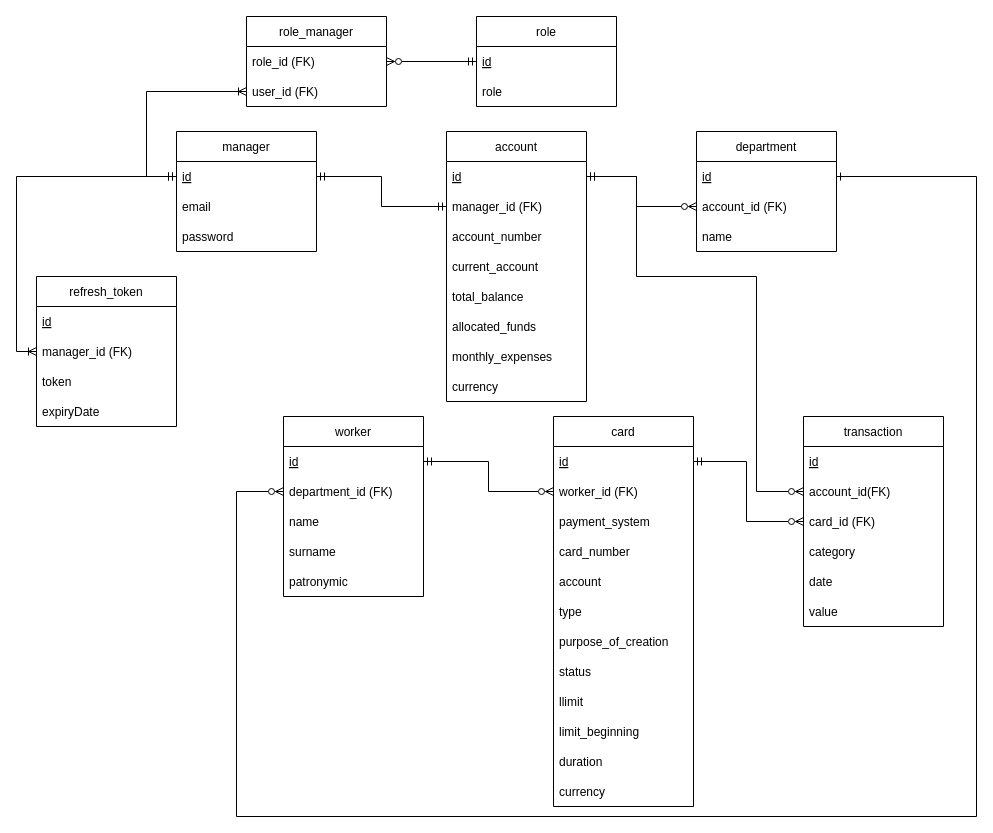
Before: xxxMyRemarks/db.drawio in Vova-oss/VTBhack, a draw.io diagram. Source tidied: cells renumbered, new cells numbered last; positions are measured from the earlier drawing's top-left corner, leaving out a move shared by most shapes. Both pictures are drawn from the tidied source at 100%, with x=0, y=0 at pixel (36, 16).
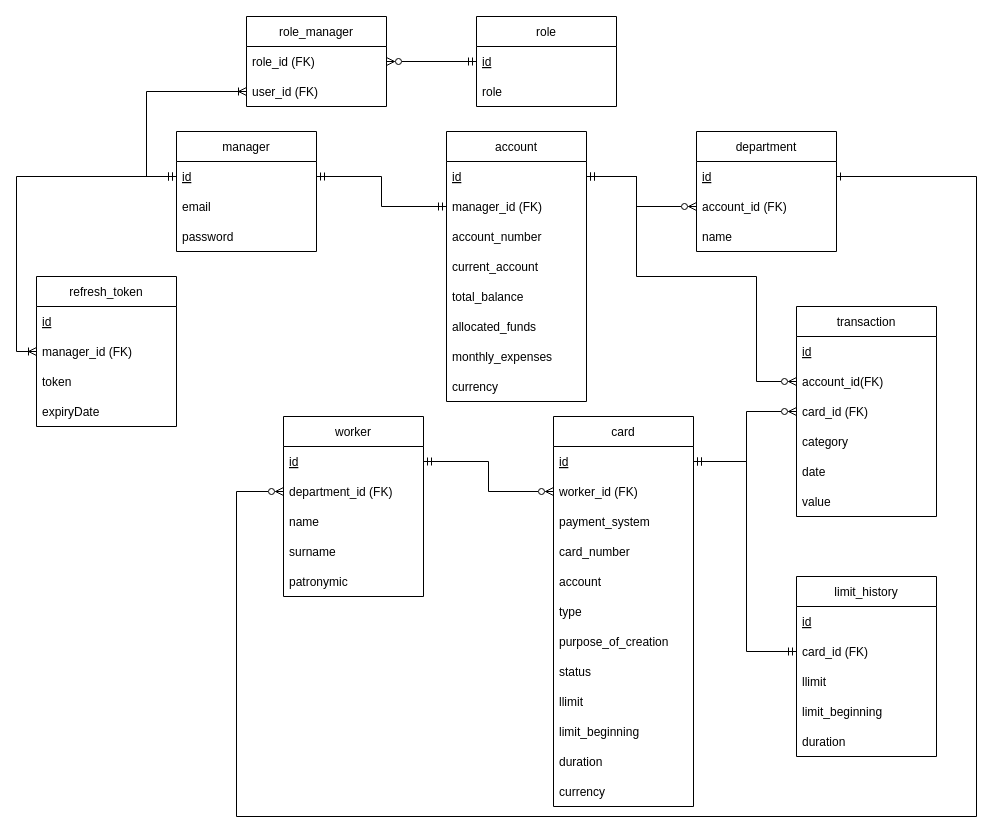
The same diagram, later.

Unchanged cells that the change refers to:
```xml
<mxCell id="10" value="id" style="text;strokeColor=none;fillColor=none;align=left;verticalAlign=middle;spacingLeft=4;spacingRight=4;overflow=hidden;points=[[0,0.5],[1,0.5]];portConstraint=eastwest;fontStyle=4;" parent="9" vertex="1">
  <mxGeometry y="30" width="140" height="30" as="geometry" />
</mxCell>
<mxCell id="34" value="account_id(FK)" style="text;strokeColor=none;fillColor=none;align=left;verticalAlign=middle;spacingLeft=4;spacingRight=4;overflow=hidden;points=[[0,0.5],[1,0.5]];portConstraint=eastwest;" parent="32" vertex="1">
  <mxGeometry y="60" width="140" height="30" as="geometry" />
</mxCell>
<mxCell id="35" value="card_id (FK)" style="text;strokeColor=none;fillColor=none;align=left;verticalAlign=middle;spacingLeft=4;spacingRight=4;overflow=hidden;points=[[0,0.5],[1,0.5]];portConstraint=eastwest;" parent="32" vertex="1">
  <mxGeometry y="90" width="140" height="30" as="geometry" />
</mxCell>
<mxCell id="40" value="id" style="text;strokeColor=none;fillColor=none;align=left;verticalAlign=middle;spacingLeft=4;spacingRight=4;overflow=hidden;points=[[0,0.5],[1,0.5]];portConstraint=eastwest;fontStyle=4;" parent="39" vertex="1">
  <mxGeometry y="30" width="140" height="30" as="geometry" />
</mxCell>
```

Diff of the diagram source:
```diff
@@
+    <mxCell id="65" style="edgeStyle=orthogonalEdgeStyle;rounded=0;jettySize=auto;html=1;entryX=0;entryY=0.5;entryDx=0;entryDy=0;startArrow=ERmandOne;startFill=0;endArrow=ERmandOne;endFill=0;exitX=1;exitY=0.5;exitDx=0;exitDy=0;" parent="1" edge="1" source="10" target="68">
+      <mxGeometry relative="1" as="geometry">
+        <Array as="points">
+          <mxPoint x="710" y="445" />
+          <mxPoint x="710" y="635" />
+        </Array>
+      </mxGeometry>
+    </mxCell>
@@
     <mxCell id="32" value="transaction" style="swimlane;fontStyle=0;horizontal=1;startSize=30;" parent="1" vertex="1">
-      <mxGeometry x="767" y="400" width="140" height="210" as="geometry" />
+      <mxGeometry x="760" y="290" width="140" height="210" as="geometry" />
     </mxCell>
@@
     <mxCell id="51" style="edgeStyle=orthogonalEdgeStyle;rounded=0;jettySize=auto;html=1;startArrow=ERmandOne;startFill=0;endArrow=ERzeroToMany;endFill=0;entryX=0;entryY=0.5;entryDx=0;entryDy=0;exitX=1;exitY=0.5;exitDx=0;exitDy=0;" parent="1" edge="1" source="10" target="35">
       <mxGeometry relative="1" as="geometry">
         <Array as="points">
           <mxPoint x="710" y="445" />
-          <mxPoint x="710" y="505" />
+          <mxPoint x="710" y="395" />
         </Array>
       </mxGeometry>
     </mxCell>
@@
     <mxCell id="64" style="edgeStyle=orthogonalEdgeStyle;rounded=0;jettySize=auto;html=1;entryX=0;entryY=0.5;entryDx=0;entryDy=0;exitX=1;exitY=0.5;exitDx=0;exitDy=0;endArrow=ERzeroToMany;endFill=0;startArrow=ERmandOne;startFill=0;" parent="1" edge="1" source="40" target="34">
       <mxGeometry relative="1" as="geometry">
         <Array as="points">
           <mxPoint x="600" y="160" />
           <mxPoint x="600" y="260" />
           <mxPoint x="720" y="260" />
-          <mxPoint x="720" y="475" />
+          <mxPoint x="720" y="365" />
         </Array>
       </mxGeometry>
     </mxCell>
+    <mxCell id="66" value="limit_history" style="swimlane;fontStyle=0;horizontal=1;startSize=30;" parent="1" vertex="1">
+      <mxGeometry x="760" y="560" width="140" height="180" as="geometry" />
+    </mxCell>
+    <mxCell id="67" value="id" style="text;strokeColor=none;fillColor=none;align=left;verticalAlign=middle;spacingLeft=4;spacingRight=4;overflow=hidden;fontStyle=4;" parent="66" vertex="1">
+      <mxGeometry y="30" width="140" height="30" as="geometry" />
+    </mxCell>
+    <mxCell id="68" value="card_id (FK)" style="text;strokeColor=none;fillColor=none;align=left;verticalAlign=middle;spacingLeft=4;spacingRight=4;overflow=hidden;points=[[0,0.5],[1,0.5]];portConstraint=eastwest;" parent="66" vertex="1">
+      <mxGeometry y="60" width="140" height="30" as="geometry" />
+    </mxCell>
+    <mxCell id="69" value="llimit" style="text;strokeColor=none;fillColor=none;align=left;verticalAlign=middle;spacingLeft=4;spacingRight=4;overflow=hidden;" parent="66" vertex="1">
+      <mxGeometry y="90" width="140" height="30" as="geometry" />
+    </mxCell>
+    <mxCell id="70" value="limit_beginning" style="text;strokeColor=none;fillColor=none;align=left;verticalAlign=middle;spacingLeft=4;spacingRight=4;overflow=hidden;" parent="66" vertex="1">
+      <mxGeometry y="120" width="140" height="30" as="geometry" />
+    </mxCell>
+    <mxCell id="71" value="duration" style="text;strokeColor=none;fillColor=none;align=left;verticalAlign=middle;spacingLeft=4;spacingRight=4;overflow=hidden;" parent="66" vertex="1">
+      <mxGeometry y="150" width="140" height="30" as="geometry" />
+    </mxCell>
```
